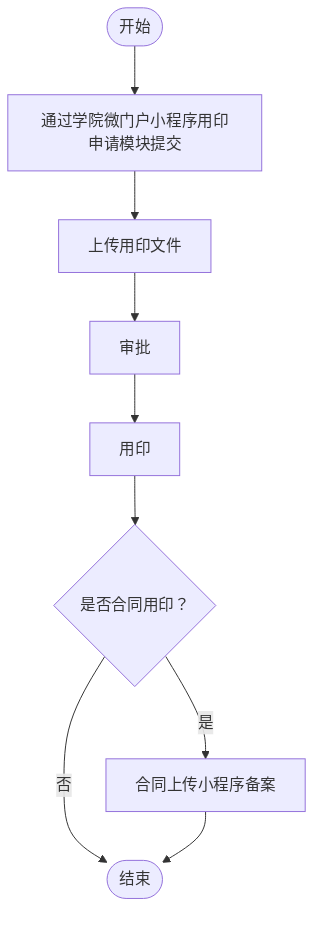
Before: outline2flow/flow_outputs/page_69.png, a diagram exported from Mermaid (AmyIvan/work1). Its source is kept beside it as outline2flow/mmd_outputs/page_69.mmd.
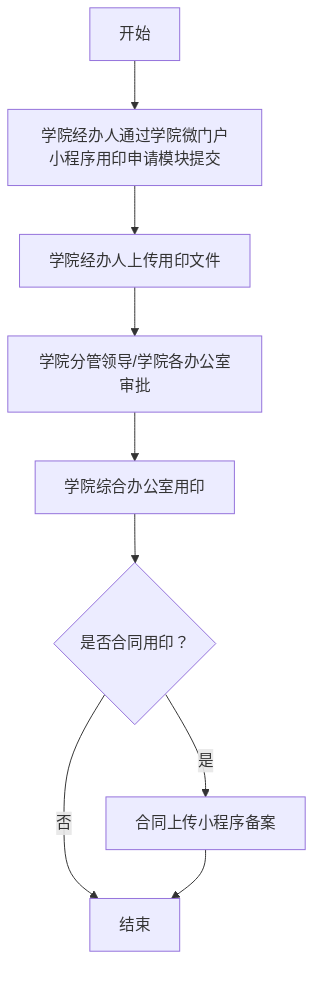
Later version of the same file.

Change to the diagram source:
```diff
@@ -1,9 +1,9 @@
 flowchart TD
-    A(["开始"]) --> B["通过学院微门户小程序用印申请模块提交"]
-    B --> C["上传用印文件"]
-    C --> D["审批"]
-    D --> E["用印"]
-    E --> F{"是否合同用印？"}
-    F -->|是| G["合同上传小程序备案"]
-    F -->|否| H(["结束"])
-    G --> H(["结束"])
+    A[开始] --> B[学院经办人通过学院微门户小程序用印申请模块提交]
+    B --> C[学院经办人上传用印文件]
+    C --> D[学院分管领导/学院各办公室审批]
+    D --> E[学院综合办公室用印]
+    E --> F{是否合同用印？}
+    F -->|是| G[合同上传小程序备案]
+    F -->|否| H[结束]
+    G --> H[结束]
```
